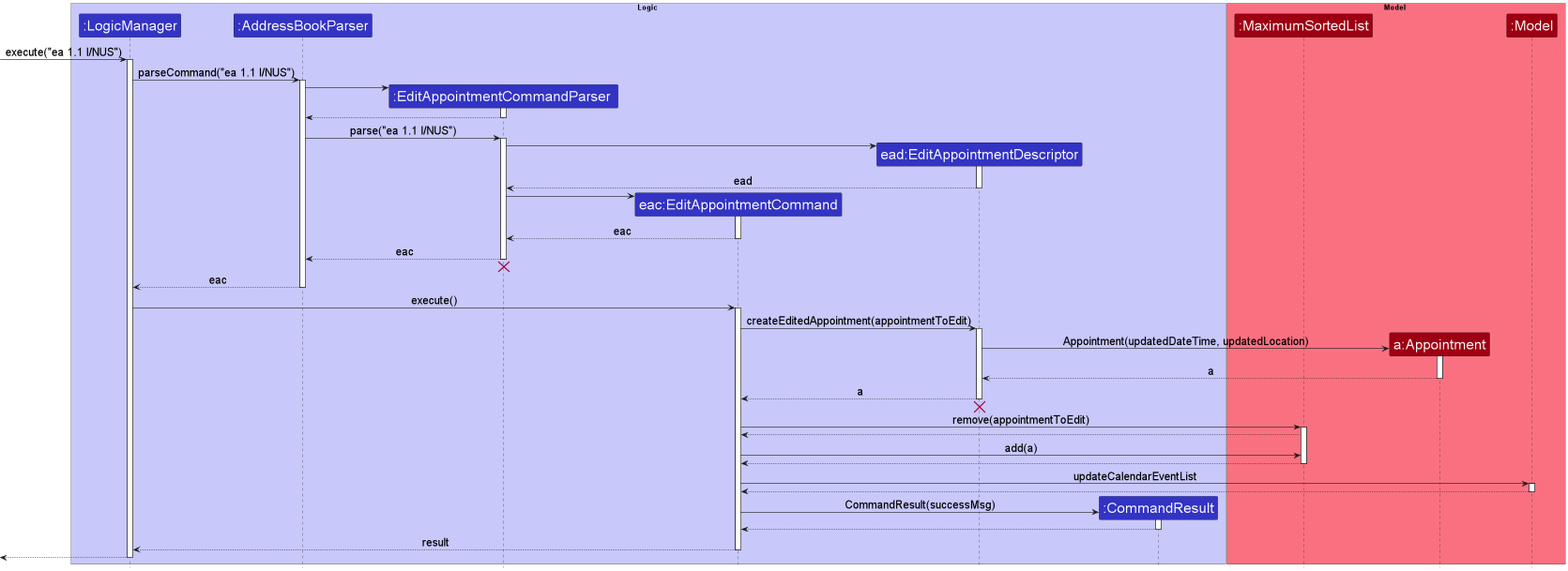
Before: docs/images/EditAppointmentCommandSequenceDiagram.png, a diagram exported from PlantUML (nus-cs2103-AY2223S1/tp).
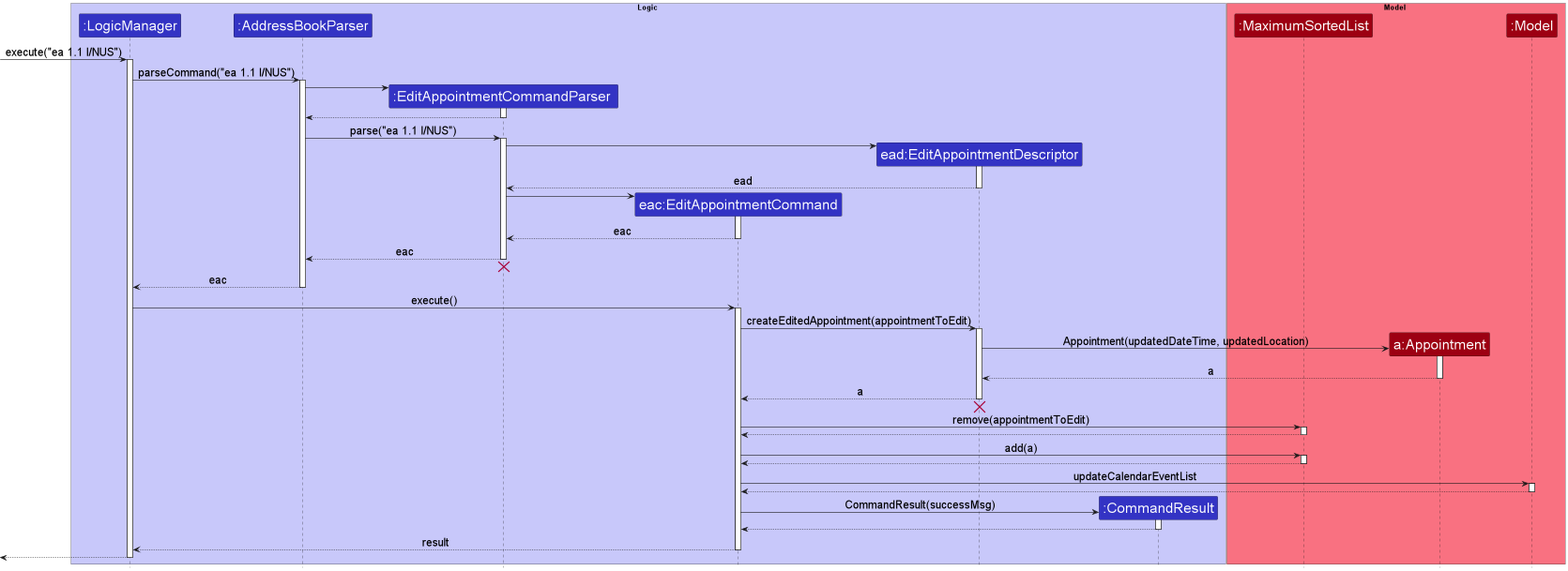
The same diagram one commit later.

Commit message:
Fix DG appointment formatting

The edit, as a diff of the source:
```diff
@@ -82,7 +82,9 @@
 EditAppointmentCommand -> MaximumSortedList : remove(appointmentToEdit)
 activate MaximumSortedList
 MaximumSortedList --> EditAppointmentCommand
+deactivate MaximumSortedList
 EditAppointmentCommand -> MaximumSortedList : add(a)
+activate MaximumSortedList
 MaximumSortedList --> EditAppointmentCommand
 deactivate MaximumSortedList
 
```
